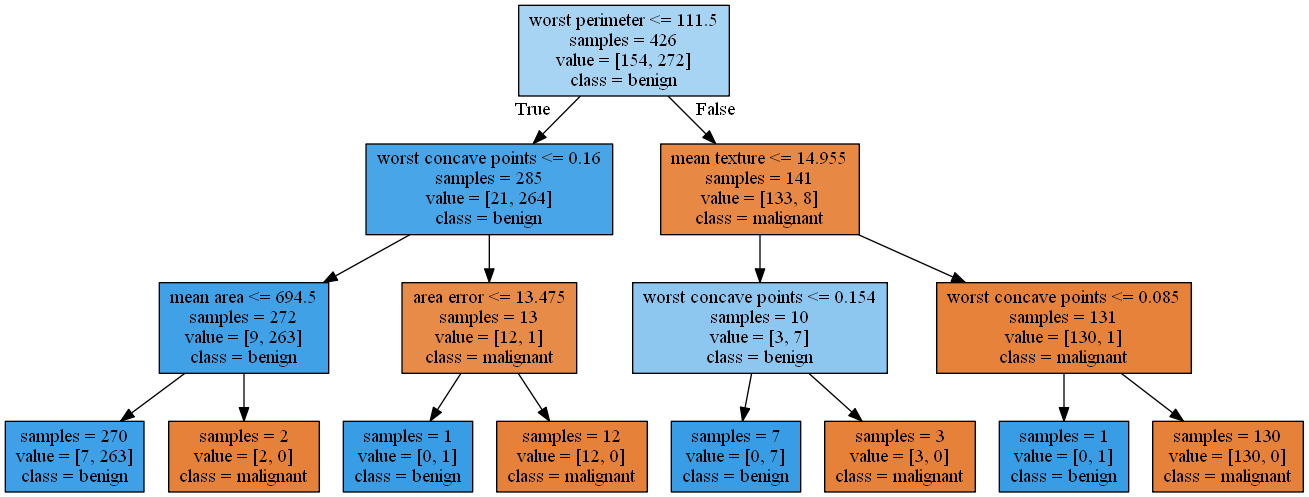
rdemarqui/data_science_basico keeps this Graphviz diagram as Python/05 Scikit-learn/figuras/tree_cancer.png. Above is the earlier version. Its source is kept beside it as Python/05 Scikit-learn/figuras/tree_cancer.dot.
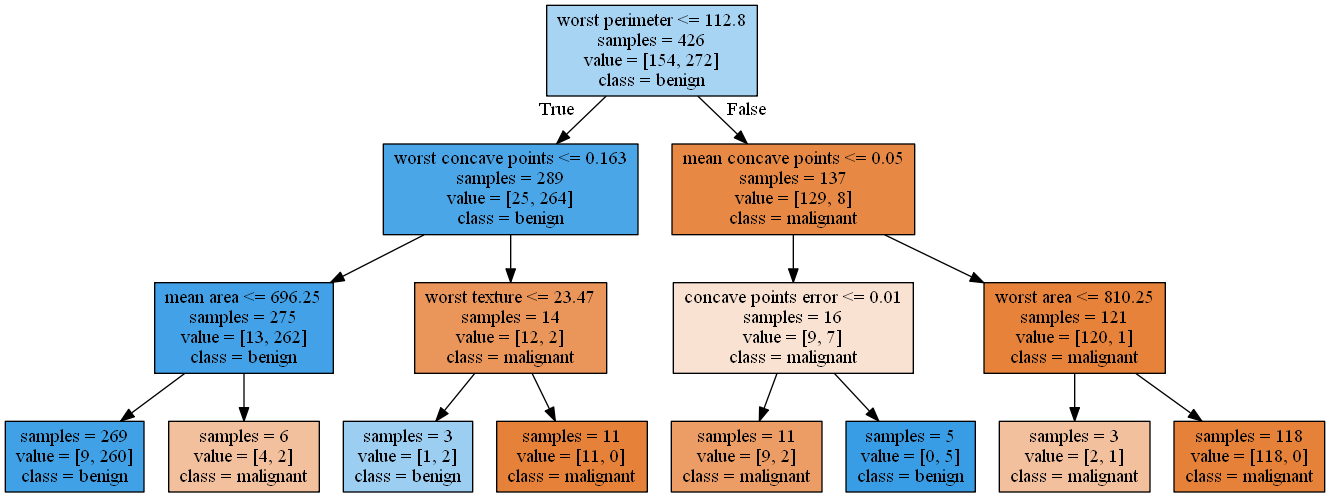
Later version of the same file.

The edit, as a diff of the source:
```diff
@@ -1,32 +1,32 @@
 digraph Tree {
 node [shape=box, style="filled", color="black"] ;
-0 [label="worst perimeter <= 111.5\nsamples = 426\nvalue = [154, 272]\nclass = benign", fillcolor="#399de56f"] ;
-1 [label="worst concave points <= 0.16\nsamples = 285\nvalue = [21, 264]\nclass = benign", fillcolor="#399de5eb"] ;
+0 [label="worst perimeter <= 112.8\nsamples = 426\nvalue = [154, 272]\nclass = benign", fillcolor="#399de56f"] ;
+1 [label="worst concave points <= 0.163\nsamples = 289\nvalue = [25, 264]\nclass = benign", fillcolor="#399de5e7"] ;
 0 -> 1 [labeldistance=2.5, labelangle=45, headlabel="True"] ;
-2 [label="mean area <= 694.5\nsamples = 272\nvalue = [9, 263]\nclass = benign", fillcolor="#399de5f6"] ;
+2 [label="mean area <= 696.25\nsamples = 275\nvalue = [13, 262]\nclass = benign", fillcolor="#399de5f2"] ;
 1 -> 2 ;
-3 [label="samples = 270\nvalue = [7, 263]\nclass = benign", fillcolor="#399de5f8"] ;
+3 [label="samples = 269\nvalue = [9, 260]\nclass = benign", fillcolor="#399de5f6"] ;
 2 -> 3 ;
-4 [label="samples = 2\nvalue = [2, 0]\nclass = malignant", fillcolor="#e58139ff"] ;
+4 [label="samples = 6\nvalue = [4, 2]\nclass = malignant", fillcolor="#e581397f"] ;
 2 -> 4 ;
-5 [label="area error <= 13.475\nsamples = 13\nvalue = [12, 1]\nclass = malignant", fillcolor="#e58139ea"] ;
+5 [label="worst texture <= 23.47\nsamples = 14\nvalue = [12, 2]\nclass = malignant", fillcolor="#e58139d4"] ;
 1 -> 5 ;
-6 [label="samples = 1\nvalue = [0, 1]\nclass = benign", fillcolor="#399de5ff"] ;
+6 [label="samples = 3\nvalue = [1, 2]\nclass = benign", fillcolor="#399de57f"] ;
 5 -> 6 ;
-7 [label="samples = 12\nvalue = [12, 0]\nclass = malignant", fillcolor="#e58139ff"] ;
+7 [label="samples = 11\nvalue = [11, 0]\nclass = malignant", fillcolor="#e58139ff"] ;
 5 -> 7 ;
-8 [label="mean texture <= 14.955\nsamples = 141\nvalue = [133, 8]\nclass = malignant", fillcolor="#e58139f0"] ;
+8 [label="mean concave points <= 0.05\nsamples = 137\nvalue = [129, 8]\nclass = malignant", fillcolor="#e58139ef"] ;
 0 -> 8 [labeldistance=2.5, labelangle=-45, headlabel="False"] ;
-9 [label="worst concave points <= 0.154\nsamples = 10\nvalue = [3, 7]\nclass = benign", fillcolor="#399de592"] ;
+9 [label="concave points error <= 0.01\nsamples = 16\nvalue = [9, 7]\nclass = malignant", fillcolor="#e5813939"] ;
 8 -> 9 ;
-10 [label="samples = 7\nvalue = [0, 7]\nclass = benign", fillcolor="#399de5ff"] ;
+10 [label="samples = 11\nvalue = [9, 2]\nclass = malignant", fillcolor="#e58139c6"] ;
 9 -> 10 ;
-11 [label="samples = 3\nvalue = [3, 0]\nclass = malignant", fillcolor="#e58139ff"] ;
+11 [label="samples = 5\nvalue = [0, 5]\nclass = benign", fillcolor="#399de5ff"] ;
 9 -> 11 ;
-12 [label="worst concave points <= 0.085\nsamples = 131\nvalue = [130, 1]\nclass = malignant", fillcolor="#e58139fd"] ;
+12 [label="worst area <= 810.25\nsamples = 121\nvalue = [120, 1]\nclass = malignant", fillcolor="#e58139fd"] ;
 8 -> 12 ;
-13 [label="samples = 1\nvalue = [0, 1]\nclass = benign", fillcolor="#399de5ff"] ;
+13 [label="samples = 3\nvalue = [2, 1]\nclass = malignant", fillcolor="#e581397f"] ;
 12 -> 13 ;
-14 [label="samples = 130\nvalue = [130, 0]\nclass = malignant", fillcolor="#e58139ff"] ;
+14 [label="samples = 118\nvalue = [118, 0]\nclass = malignant", fillcolor="#e58139ff"] ;
 12 -> 14 ;
 }
```
